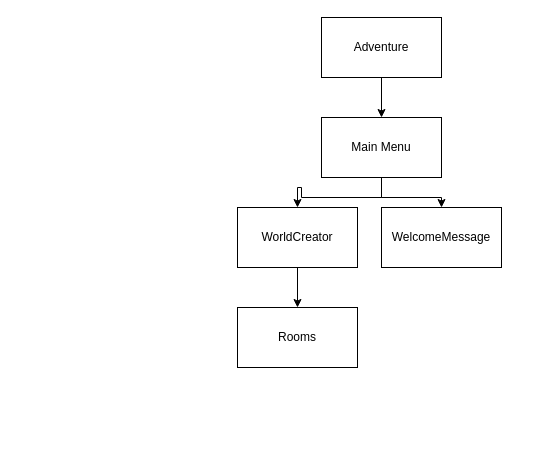
The draw.io diagram Adventure klasses.drawio in ferh0162/AdventureGame1, before the edit. Source tidied: cells renumbered, new cells numbered last; positions are measured from the earlier drawing's top-left corner, leaving out a move shared by most shapes. Both pictures are drawn from the tidied source at 100%, with x=0, y=0 at pixel (237, 17).
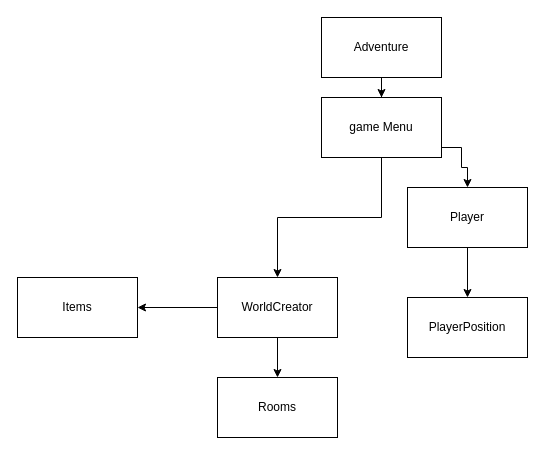
After the change.

Change to the diagram source:
```diff
@@
 <mxGraphModel>
   <root>
     <mxCell id="0" />
     <mxCell id="1" parent="0" />
     <mxCell id="2" style="edgeStyle=orthogonalEdgeStyle;rounded=0;jettySize=auto;html=1;" parent="1" edge="1" source="3" target="6">
       <mxGeometry relative="1" as="geometry" />
     </mxCell>
     <mxCell id="3" value="Adventure" style="rounded=0;whiteSpace=wrap;html=1;" parent="1" vertex="1">
       <mxGeometry x="84" width="120" height="60" as="geometry" />
     </mxCell>
-    <mxCell id="4" style="edgeStyle=orthogonalEdgeStyle;rounded=0;jettySize=auto;html=1;" parent="1" edge="1" source="6" target="7">
-      <mxGeometry relative="1" as="geometry" />
-    </mxCell>
     <mxCell id="5" style="edgeStyle=orthogonalEdgeStyle;rounded=0;jettySize=auto;html=1;" parent="1" edge="1" source="6" target="9">
       <mxGeometry relative="1" as="geometry" />
     </mxCell>
+    <mxCell id="11" style="edgeStyle=orthogonalEdgeStyle;rounded=0;jettySize=auto;html=1;" parent="1" edge="1" source="6" target="14">
+      <mxGeometry relative="1" as="geometry">
+        <Array as="points">
+          <mxPoint x="224" y="130" />
+          <mxPoint x="224" y="150" />
+          <mxPoint x="230" y="150" />
+        </Array>
+      </mxGeometry>
+    </mxCell>
-    <mxCell id="6" value="Main Menu" style="whiteSpace=wrap;html=1;rounded=0;" parent="1" vertex="1">
-      <mxGeometry x="84" y="100" width="120" height="60" as="geometry" />
+    <mxCell id="6" value="game Menu" style="whiteSpace=wrap;html=1;rounded=0;" parent="1" vertex="1">
+      <mxGeometry x="84" y="80" width="120" height="60" as="geometry" />
     </mxCell>
-    <mxCell id="7" value="WelcomeMessage" style="whiteSpace=wrap;html=1;rounded=0;" parent="1" vertex="1">
-      <mxGeometry x="144" y="190" width="120" height="60" as="geometry" />
-    </mxCell>
     <mxCell id="8" style="edgeStyle=orthogonalEdgeStyle;rounded=0;jettySize=auto;html=1;" parent="1" edge="1" source="9" target="10">
       <mxGeometry relative="1" as="geometry" />
     </mxCell>
+    <mxCell id="12" style="edgeStyle=orthogonalEdgeStyle;rounded=0;jettySize=auto;html=1;" parent="1" edge="1" source="9" target="16">
+      <mxGeometry relative="1" as="geometry" />
+    </mxCell>
     <mxCell id="9" value="WorldCreator" style="whiteSpace=wrap;html=1;rounded=0;" parent="1" vertex="1">
-      <mxGeometry y="190" width="120" height="60" as="geometry" />
+      <mxGeometry x="-20" y="260" width="120" height="60" as="geometry" />
     </mxCell>
     <mxCell id="10" value="Rooms" style="whiteSpace=wrap;html=1;rounded=0;" parent="1" vertex="1">
-      <mxGeometry y="290" width="120" height="60" as="geometry" />
+      <mxGeometry x="-20" y="360" width="120" height="60" as="geometry" />
     </mxCell>
+    <mxCell id="13" style="edgeStyle=orthogonalEdgeStyle;rounded=0;jettySize=auto;html=1;" parent="1" edge="1" source="14" target="15">
+      <mxGeometry relative="1" as="geometry" />
+    </mxCell>
+    <mxCell id="14" value="Player" style="whiteSpace=wrap;html=1;rounded=0;" parent="1" vertex="1">
+      <mxGeometry x="170" y="170" width="120" height="60" as="geometry" />
+    </mxCell>
+    <mxCell id="15" value="PlayerPosition" style="whiteSpace=wrap;html=1;rounded=0;" parent="1" vertex="1">
+      <mxGeometry x="170" y="280" width="120" height="60" as="geometry" />
+    </mxCell>
+    <mxCell id="16" value="Items" style="whiteSpace=wrap;html=1;rounded=0;" parent="1" vertex="1">
+      <mxGeometry x="-220" y="260" width="120" height="60" as="geometry" />
+    </mxCell>
   </root>
 </mxGraphModel>
```
